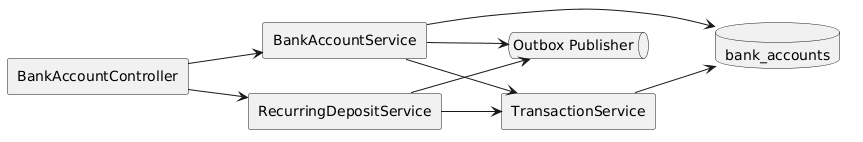
This is docs/detailed-designs/diagrams/rendered/c4_component_bank_account.png from QuinntyneBrown/LendQ, a PlantUML export, as it was before one commit.
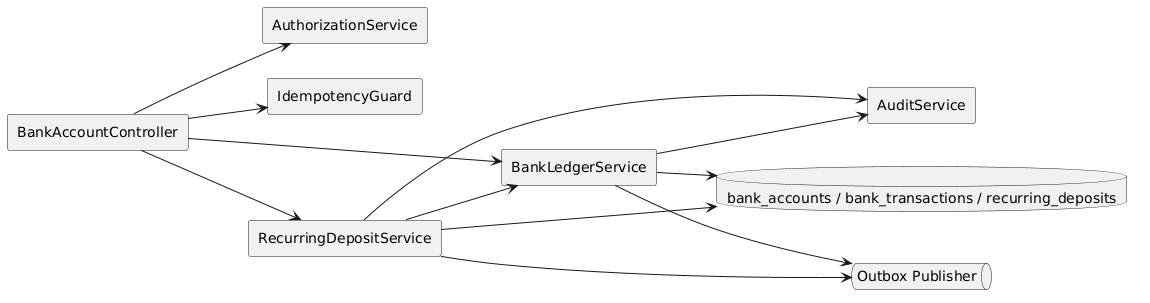
After the commit.

Change to the diagram source:
```diff
@@ -2,18 +2,23 @@
 left to right direction
 skinparam shadowing false
 rectangle "BankAccountController" as controller
-rectangle "BankAccountService" as service
+rectangle "AuthorizationService" as authz
+rectangle "IdempotencyGuard" as idem
+rectangle "BankLedgerService" as ledger
 rectangle "RecurringDepositService" as recurring
-rectangle "TransactionService" as txn
+rectangle "AuditService" as audit
 queue "Outbox Publisher" as outbox
-database "bank_accounts" as db
+database "bank_accounts / bank_transactions / recurring_deposits" as db
 
-controller --> service
+controller --> authz
+controller --> idem
+controller --> ledger
 controller --> recurring
-service --> txn
-service --> db
-txn --> db
-recurring --> txn
-service --> outbox
+ledger --> db
+ledger --> audit
+ledger --> outbox
+recurring --> ledger
+recurring --> db
 recurring --> outbox
+recurring --> audit
 @enduml
```
